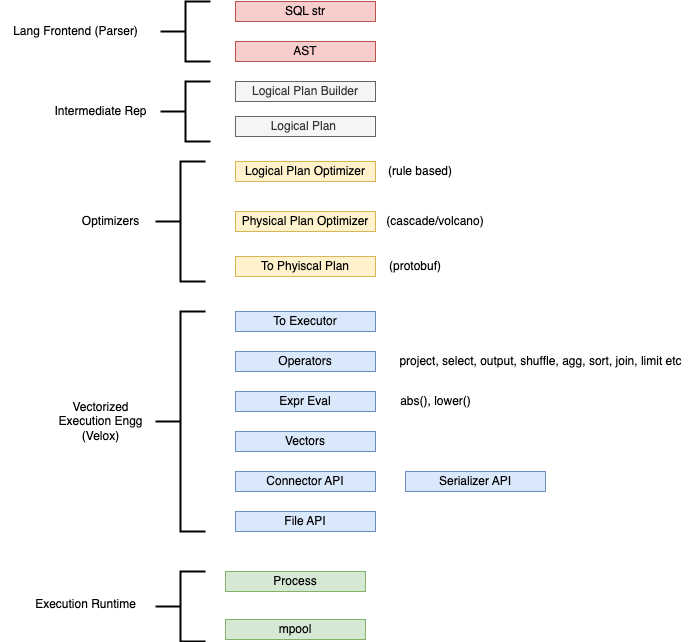
The draw.io diagram docs/imgs/data_engine.png in dborchard/tiny-planner, before a commit. Source tidied: cells renumbered, new cells last; positions are measured from the earlier drawing's top-left corner, leaving out a move shared by most shapes.
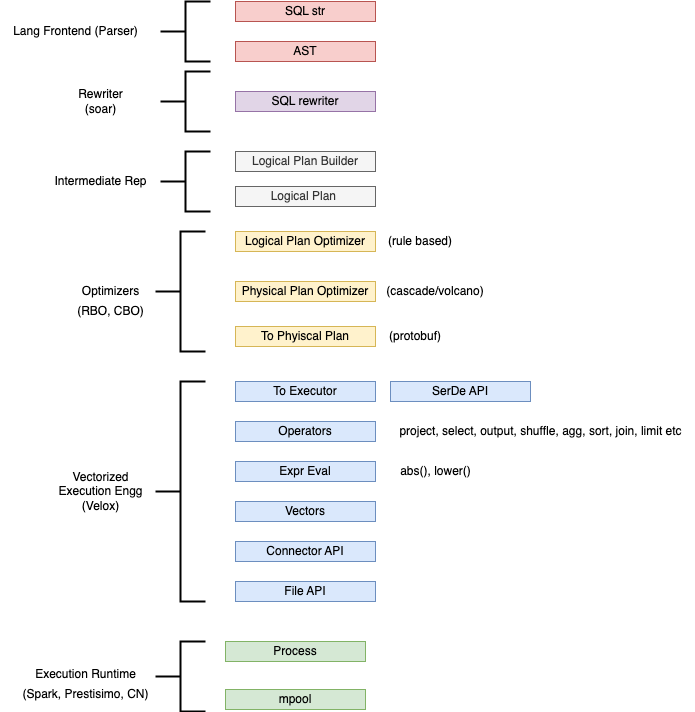
After the change.

What changed in the source:
```diff
@@ -3,10 +3,10 @@
     <mxCell id="0" />
     <mxCell id="1" parent="0" />
     <mxCell id="2" value="AST" style="rounded=0;whiteSpace=wrap;html=1;fillColor=#f8cecc;strokeColor=#b85450;" parent="1" vertex="1">
-      <mxGeometry x="235" y="40" width="140" height="20" as="geometry" />
+      <mxGeometry x="235" y="-30" width="140" height="20" as="geometry" />
     </mxCell>
     <mxCell id="3" value="SQL str" style="rounded=0;whiteSpace=wrap;html=1;fillColor=#f8cecc;strokeColor=#b85450;" parent="1" vertex="1">
-      <mxGeometry x="235" width="140" height="20" as="geometry" />
+      <mxGeometry x="235" y="-70" width="140" height="20" as="geometry" />
     </mxCell>
     <mxCell id="4" value="Logical Plan Builder" style="rounded=0;whiteSpace=wrap;html=1;fillColor=#f5f5f5;strokeColor=#666666;fontColor=#333333;" parent="1" vertex="1">
       <mxGeometry x="235" y="80" width="140" height="20" as="geometry" />
@@ -51,10 +51,10 @@
       <mxGeometry x="45" y="390" width="110" height="60" as="geometry" />
     </mxCell>
     <mxCell id="18" style="strokeWidth=2;html=1;shape=mxgraph.flowchart.annotation_2;align=left;labelPosition=right;" parent="1" vertex="1">
-      <mxGeometry x="160" width="50" height="60" as="geometry" />
+      <mxGeometry x="160" y="-70" width="50" height="60" as="geometry" />
     </mxCell>
     <mxCell id="19" value="Lang Frontend (Parser)" style="text;html=1;align=center;verticalAlign=middle;strokeColor=none;fillColor=none;" parent="1" vertex="1">
-      <mxGeometry y="15" width="150" height="30" as="geometry" />
+      <mxGeometry y="-55" width="150" height="30" as="geometry" />
     </mxCell>
     <mxCell id="20" value="(protobuf)" style="text;html=1;strokeColor=none;fillColor=none;align=center;verticalAlign=middle;whiteSpace=wrap;rounded=0;" parent="1" vertex="1">
       <mxGeometry x="385" y="250" width="60" height="30" as="geometry" />
@@ -92,8 +92,23 @@
     <mxCell id="31" value="File API" style="rounded=0;whiteSpace=wrap;html=1;fillColor=#dae8fc;strokeColor=#6c8ebf;" parent="1" vertex="1">
       <mxGeometry x="235" y="510" width="140" height="20" as="geometry" />
     </mxCell>
-    <mxCell id="32" value="Serializer API" style="rounded=0;whiteSpace=wrap;html=1;fillColor=#dae8fc;strokeColor=#6c8ebf;" parent="1" vertex="1">
-      <mxGeometry x="405" y="470" width="140" height="20" as="geometry" />
+    <mxCell id="32" value="SerDe API" style="rounded=0;whiteSpace=wrap;html=1;fillColor=#dae8fc;strokeColor=#6c8ebf;" parent="1" vertex="1">
+      <mxGeometry x="390" y="310" width="140" height="20" as="geometry" />
     </mxCell>
+    <mxCell id="33" value="(Spark, Prestisimo, CN)" style="text;html=1;align=center;verticalAlign=middle;strokeColor=none;fillColor=none;" parent="1" vertex="1">
+      <mxGeometry x="10" y="608" width="150" height="30" as="geometry" />
+    </mxCell>
+    <mxCell id="34" value="(RBO, CBO)" style="text;html=1;align=center;verticalAlign=middle;strokeColor=none;fillColor=none;" parent="1" vertex="1">
+      <mxGeometry x="65" y="225" width="90" height="30" as="geometry" />
+    </mxCell>
+    <mxCell id="35" style="strokeWidth=2;html=1;shape=mxgraph.flowchart.annotation_2;align=left;labelPosition=right;" parent="1" vertex="1">
+      <mxGeometry x="160" width="50" height="60" as="geometry" />
+    </mxCell>
+    <mxCell id="36" value="Rewriter&lt;br&gt;(soar)" style="text;html=1;align=center;verticalAlign=middle;strokeColor=none;fillColor=none;" parent="1" vertex="1">
+      <mxGeometry x="65" y="10" width="70" height="40" as="geometry" />
+    </mxCell>
+    <mxCell id="37" value="SQL rewriter" style="rounded=0;whiteSpace=wrap;html=1;fillColor=#e1d5e7;strokeColor=#9673a6;" parent="1" vertex="1">
+      <mxGeometry x="235" y="20" width="140" height="20" as="geometry" />
+    </mxCell>
   </root>
 </mxGraphModel>
```
